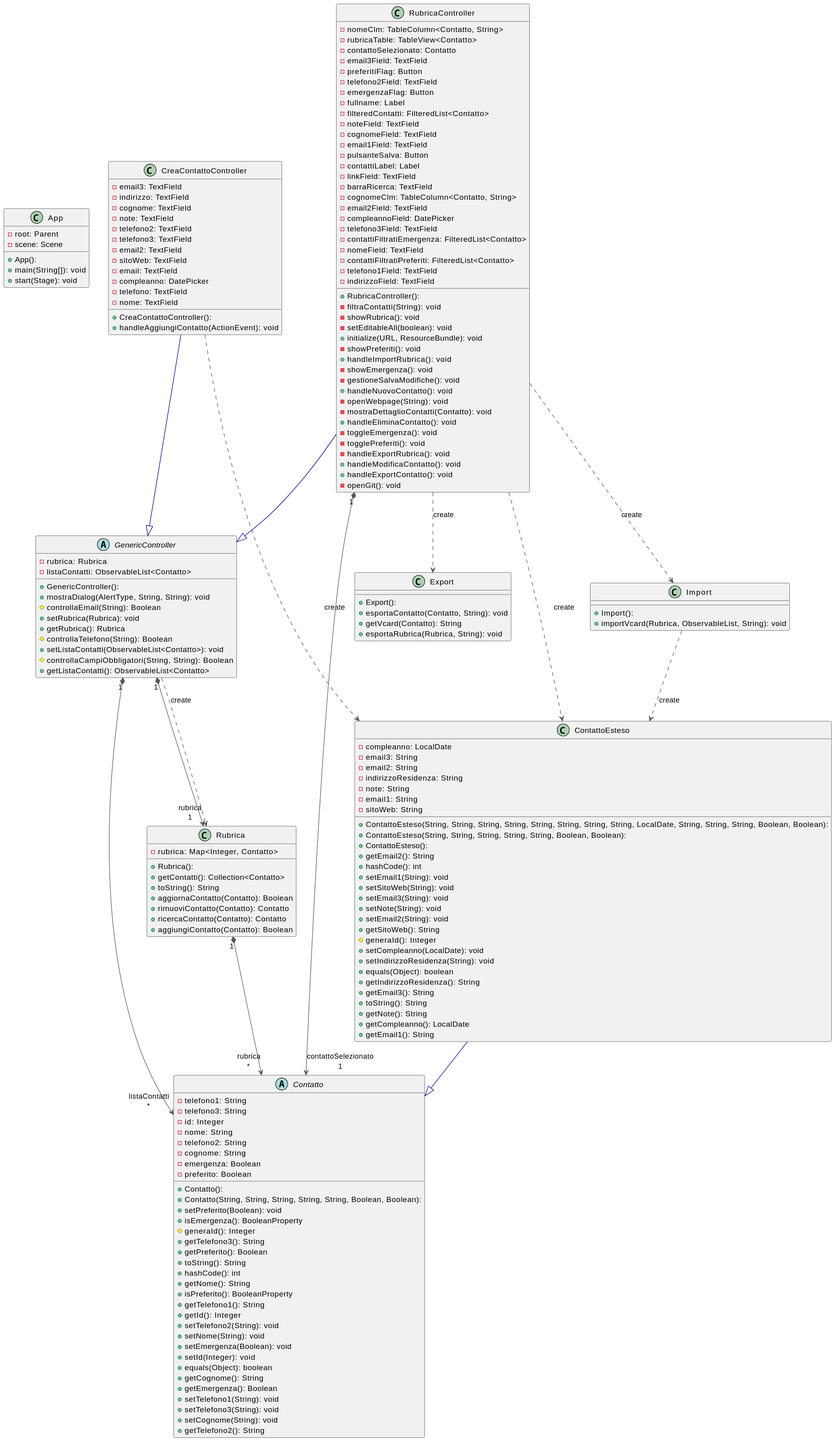
The PlantUML diagram docs/Diagrammi/Classi/svg/DiagrammaClassiEsteso.svg in emanueletocci/uni-swe-project, before a commit. The source it was exported from:
```plantuml
@startuml
top to bottom direction

class App {
  + App():
  - root: Parent
  - scene: Scene
  + main(String[]): void
  + start(Stage): void
}
abstract class Contatto {
  + Contatto():
  + Contatto(String, String, String, String, String, Boolean, Boolean):
  - telefono1: String
  - telefono3: String
  - id: Integer
  - nome: String
  - telefono2: String
  - cognome: String
  - emergenza: Boolean
  - preferito: Boolean
  + setPreferito(Boolean): void
  + isEmergenza(): BooleanProperty
  # generaId(): Integer
  + getTelefono3(): String
  + getPreferito(): Boolean
  + toString(): String
  + hashCode(): int
  + getNome(): String
  + isPreferito(): BooleanProperty
  + getTelefono1(): String
  + getId(): Integer
  + setTelefono2(String): void
  + setNome(String): void
  + setEmergenza(Boolean): void
  + setId(Integer): void
  + equals(Object): boolean
  + getCognome(): String
  + getEmergenza(): Boolean
  + setTelefono1(String): void
  + setTelefono3(String): void
  + setCognome(String): void
  + getTelefono2(): String
}
class ContattoEsteso {
  + ContattoEsteso(String, String, String, String, String, String, String, String, LocalDate, String, String, String, Boolean, Boolean):
  + ContattoEsteso(String, String, String, String, String, Boolean, Boolean):
  + ContattoEsteso():
  - compleanno: LocalDate
  - email3: String
  - email2: String
  - indirizzoResidenza: String
  - note: String
  - email1: String
  - sitoWeb: String
  + getEmail2(): String
  + hashCode(): int
  + setEmail1(String): void
  + setSitoWeb(String): void
  + setEmail3(String): void
  + setNote(String): void
  + setEmail2(String): void
  + getSitoWeb(): String
  # generaId(): Integer
  + setCompleanno(LocalDate): void
  + setIndirizzoResidenza(String): void
  + equals(Object): boolean
  + getIndirizzoResidenza(): String
  + getEmail3(): String
  + toString(): String
  + getNote(): String
  + getCompleanno(): LocalDate
  + getEmail1(): String
}
class CreaContattoController {
  + CreaContattoController():
  - email3: TextField
  - indirizzo: TextField
  - cognome: TextField
  - note: TextField
  - telefono2: TextField
  - telefono3: TextField
  - email2: TextField
  - sitoWeb: TextField
  - email: TextField
  - compleanno: DatePicker
  - telefono: TextField
  - nome: TextField
  + handleAggiungiContatto(ActionEvent): void
}
class Export {
  + Export():
  + esportaContatto(Contatto, String): void
  + getVcard(Contatto): String
  + esportaRubrica(Rubrica, String): void
}
abstract class GenericController {
  + GenericController():
  - rubrica: Rubrica
  - listaContatti: ObservableList<Contatto>
  + mostraDialog(AlertType, String, String): void
  # controllaEmail(String): Boolean
  + setRubrica(Rubrica): void
  + getRubrica(): Rubrica
  # controllaTelefono(String): Boolean
  + setListaContatti(ObservableList<Contatto>): void
  # controllaCampiObbligatori(String, String): Boolean
  + getListaContatti(): ObservableList<Contatto>
}
class Import {
  + Import():
  + importVcard(Rubrica, ObservableList, String): void
}
class Rubrica {
  + Rubrica():
  - rubrica: Map<Integer, Contatto>
  + getContatti(): Collection<Contatto>
  + toString(): String
  + aggiornaContatto(Contatto): Boolean
  + rimuoviContatto(Contatto): Contatto
  + ricercaContatto(Contatto): Contatto
  + aggiungiContatto(Contatto): Boolean
}
class RubricaController {
  + RubricaController():
  - nomeClm: TableColumn<Contatto, String>
  - rubricaTable: TableView<Contatto>
  - contattoSelezionato: Contatto
  - email3Field: TextField
  - preferitiFlag: Button
  - telefono2Field: TextField
  - emergenzaFlag: Button
  - fullname: Label
  - filteredContatti: FilteredList<Contatto>
  - noteField: TextField
  - cognomeField: TextField
  - email1Field: TextField
  - pulsanteSalva: Button
  - contattiLabel: Label
  - linkField: TextField
  - barraRicerca: TextField
  - cognomeClm: TableColumn<Contatto, String>
  - email2Field: TextField
  - compleannoField: DatePicker
  - telefono3Field: TextField
  - contattiFiltratiEmergenza: FilteredList<Contatto>
  - nomeField: TextField
  - contattiFiltratiPreferiti: FilteredList<Contatto>
  - telefono1Field: TextField
  - indirizzoField: TextField
  - filtraContatti(String): void
  - showRubrica(): void
  - setEditableAll(boolean): void
  + initialize(URL, ResourceBundle): void
  - showPreferiti(): void
  + handleImportRubrica(): void
  - showEmergenza(): void
  - gestioneSalvaModifiche(): void
  + handleNuovoContatto(): void
  - openWebpage(String): void
  - mostraDettaglioContatti(Contatto): void
  + handleEliminaContatto(): void
  - toggleEmergenza(): void
  - togglePreferiti(): void
  - handleExportRubrica(): void
  + handleModificaContatto(): void
  + handleExportContatto(): void
  - openGit(): void
}

ContattoEsteso          -[#000082,plain]-^  Contatto
CreaContattoController  -[#595959,dashed]->  ContattoEsteso         : "«create»"
CreaContattoController  -[#000082,plain]-^  GenericController
GenericController      "1" *-[#595959,plain]-> "listaContatti\n*" Contatto
GenericController       -[#595959,dashed]->  Rubrica                : "«create»"
GenericController      "1" *-[#595959,plain]-> "rubrica\n1" Rubrica
Import                  -[#595959,dashed]->  ContattoEsteso         : "«create»"
Rubrica                "1" *-[#595959,plain]-> "rubrica\n*" Contatto
RubricaController      "1" *-[#595959,plain]-> "contattoSelezionato\n1" Contatto
RubricaController       -[#595959,dashed]->  ContattoEsteso         : "«create»"
RubricaController       -[#595959,dashed]->  Export                 : "«create»"
RubricaController       -[#000082,plain]-^  GenericController
RubricaController       -[#595959,dashed]->  Import                 : "«create»"
@enduml
```
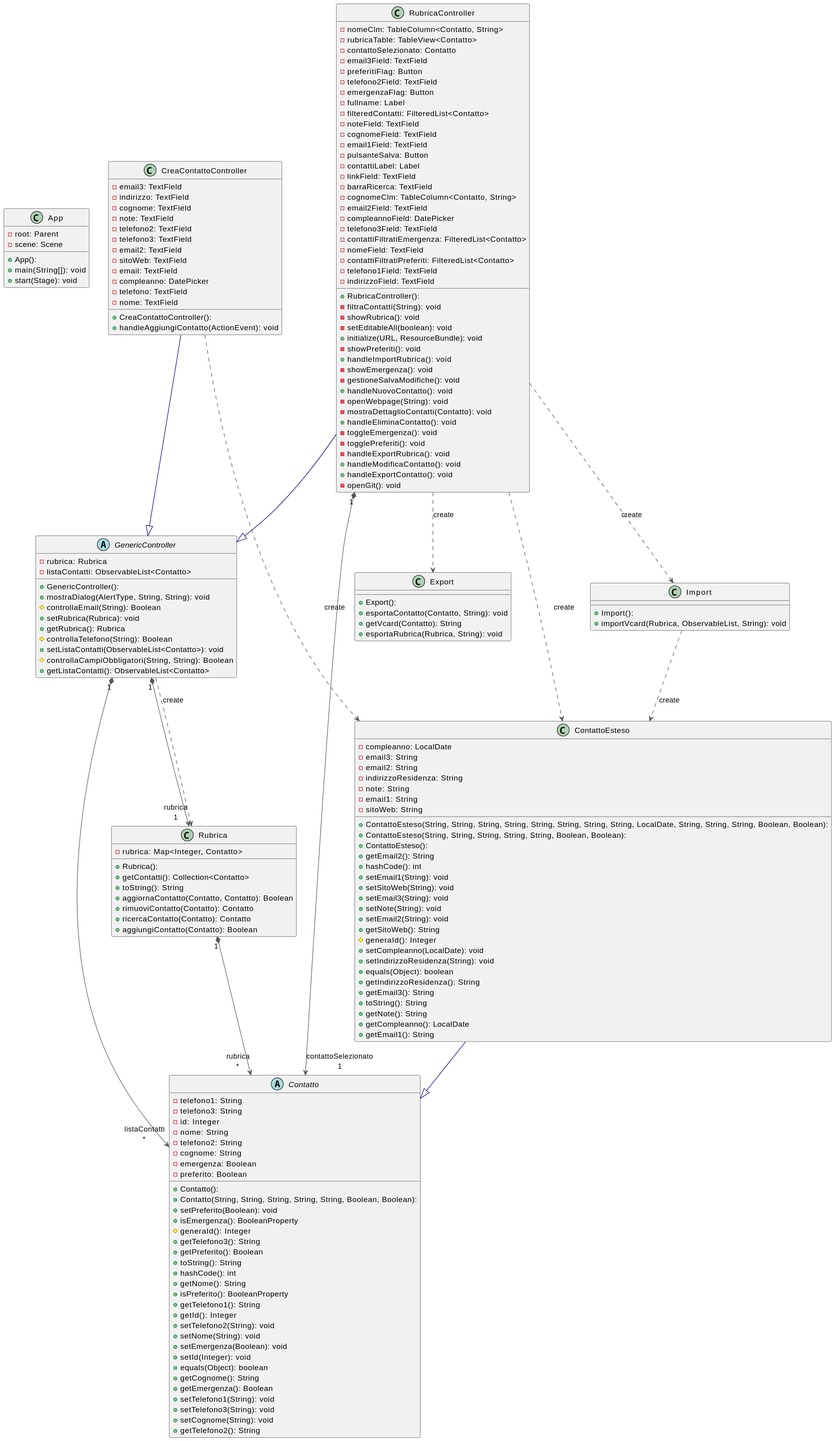
The same file after the commit.

Change to the diagram source:
```diff
@@ -116,7 +116,7 @@
   - rubrica: Map<Integer, Contatto>
   + getContatti(): Collection<Contatto>
   + toString(): String
-  + aggiornaContatto(Contatto): Boolean
+  + aggiornaContatto(Contatto, Contatto): Boolean
   + rimuoviContatto(Contatto): Contatto
   + ricercaContatto(Contatto): Contatto
   + aggiungiContatto(Contatto): Boolean
```
